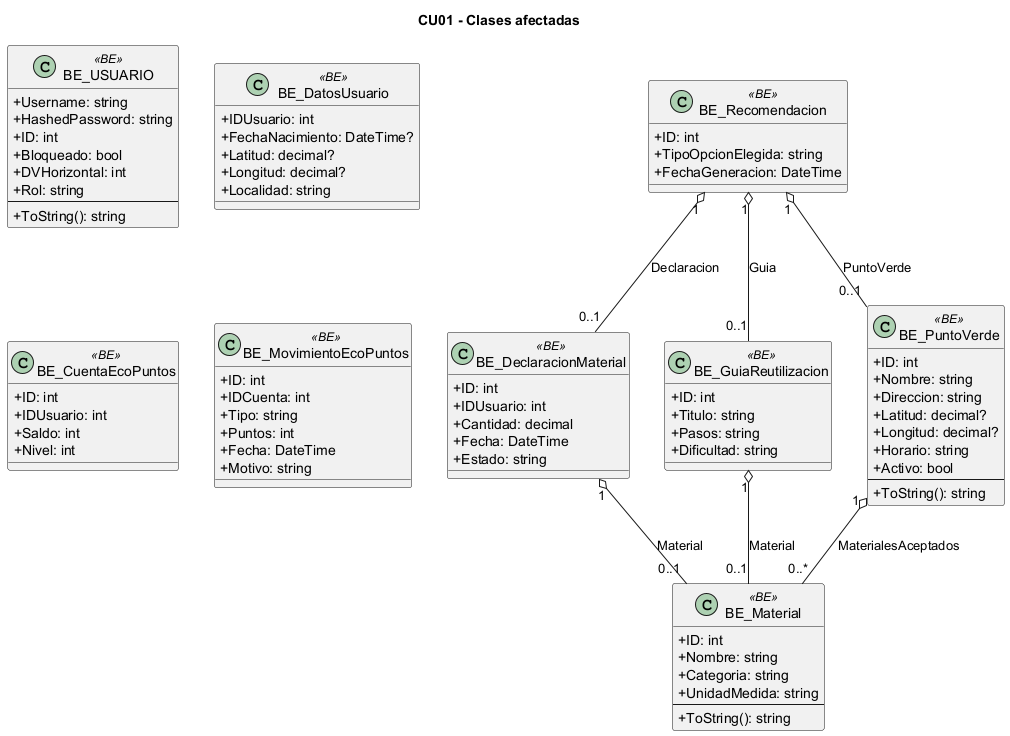
This is docs/diagramas/uml_png/cu__CU01_clases.png from L-Muniz/uai-diploma_2026, a PlantUML export, as it was before one commit.
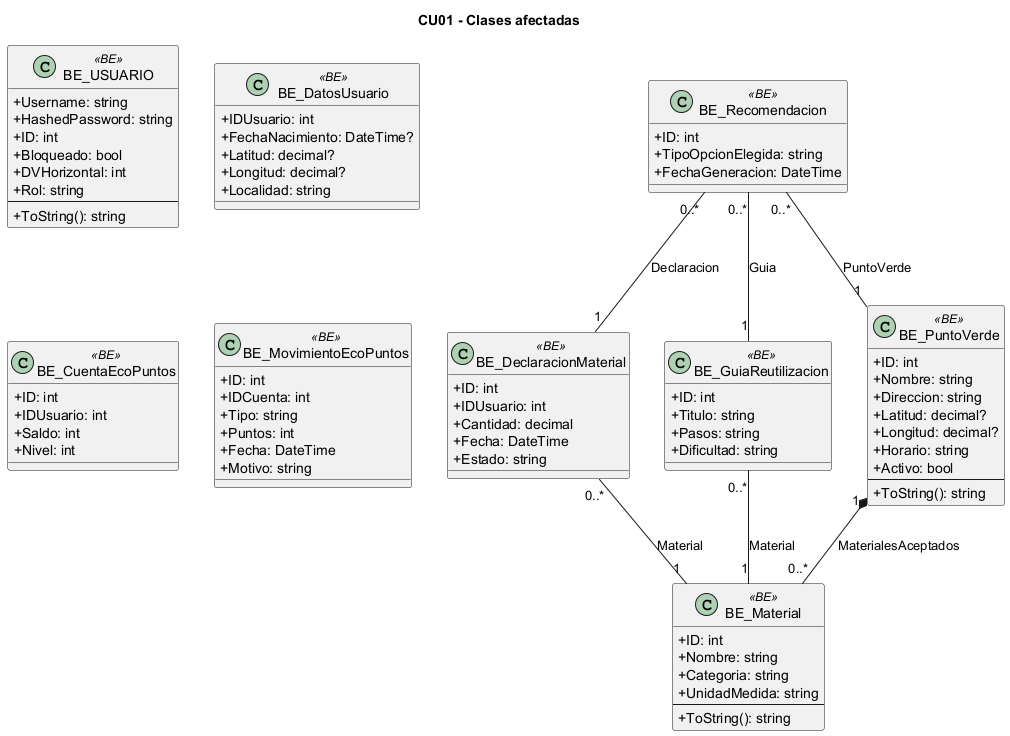
The same diagram one commit later.

What changed in the source:
```diff
@@ -69,10 +69,10 @@
   +Fecha: DateTime
   +Motivo: string
 }
-BE_DeclaracionMaterial "1" o-- "0..1" BE_Material : Material
-BE_Recomendacion "1" o-- "0..1" BE_DeclaracionMaterial : Declaracion
-BE_Recomendacion "1" o-- "0..1" BE_GuiaReutilizacion : Guia
-BE_Recomendacion "1" o-- "0..1" BE_PuntoVerde : PuntoVerde
-BE_GuiaReutilizacion "1" o-- "0..1" BE_Material : Material
-BE_PuntoVerde "1" o-- "0..*" BE_Material : MaterialesAceptados
+BE_DeclaracionMaterial "0..*" -- "1" BE_Material : Material
+BE_Recomendacion "0..*" -- "1" BE_DeclaracionMaterial : Declaracion
+BE_Recomendacion "0..*" -- "1" BE_GuiaReutilizacion : Guia
+BE_Recomendacion "0..*" -- "1" BE_PuntoVerde : PuntoVerde
+BE_GuiaReutilizacion "0..*" -- "1" BE_Material : Material
+BE_PuntoVerde "1" *-- "0..*" BE_Material : MaterialesAceptados
 @enduml
```
